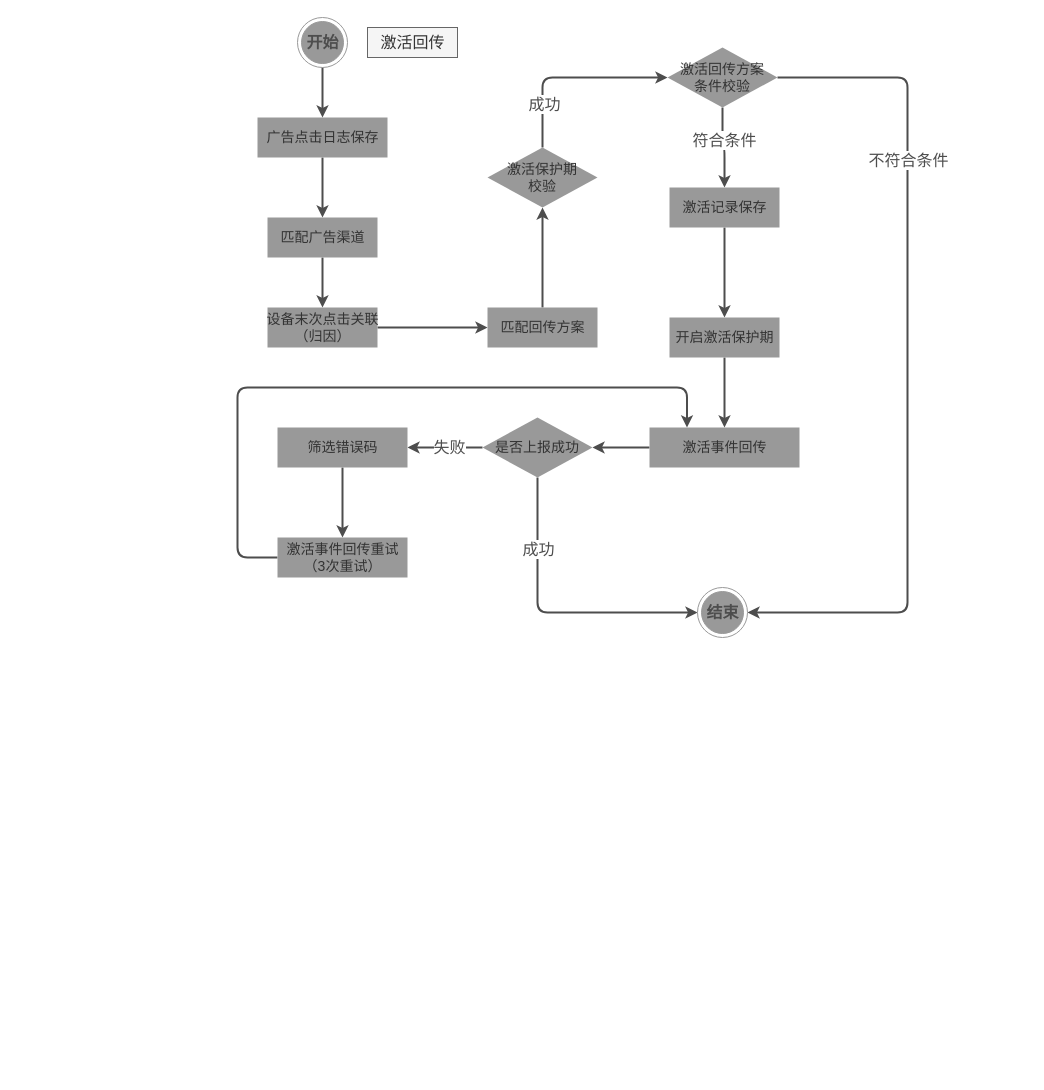
y13513867074/draw keeps this draw.io diagram as page "激活回传流程" (6 of 15) of src/draw/广告投放系统.drawio. Above is the earlier version. Source tidied: cells renumbered, new cells numbered last; positions are measured from the earlier drawing's top-left corner, leaving out a move shared by most shapes. Both pictures are drawn from the tidied source at 100%, with x=0, y=0 at pixel (237, 17).
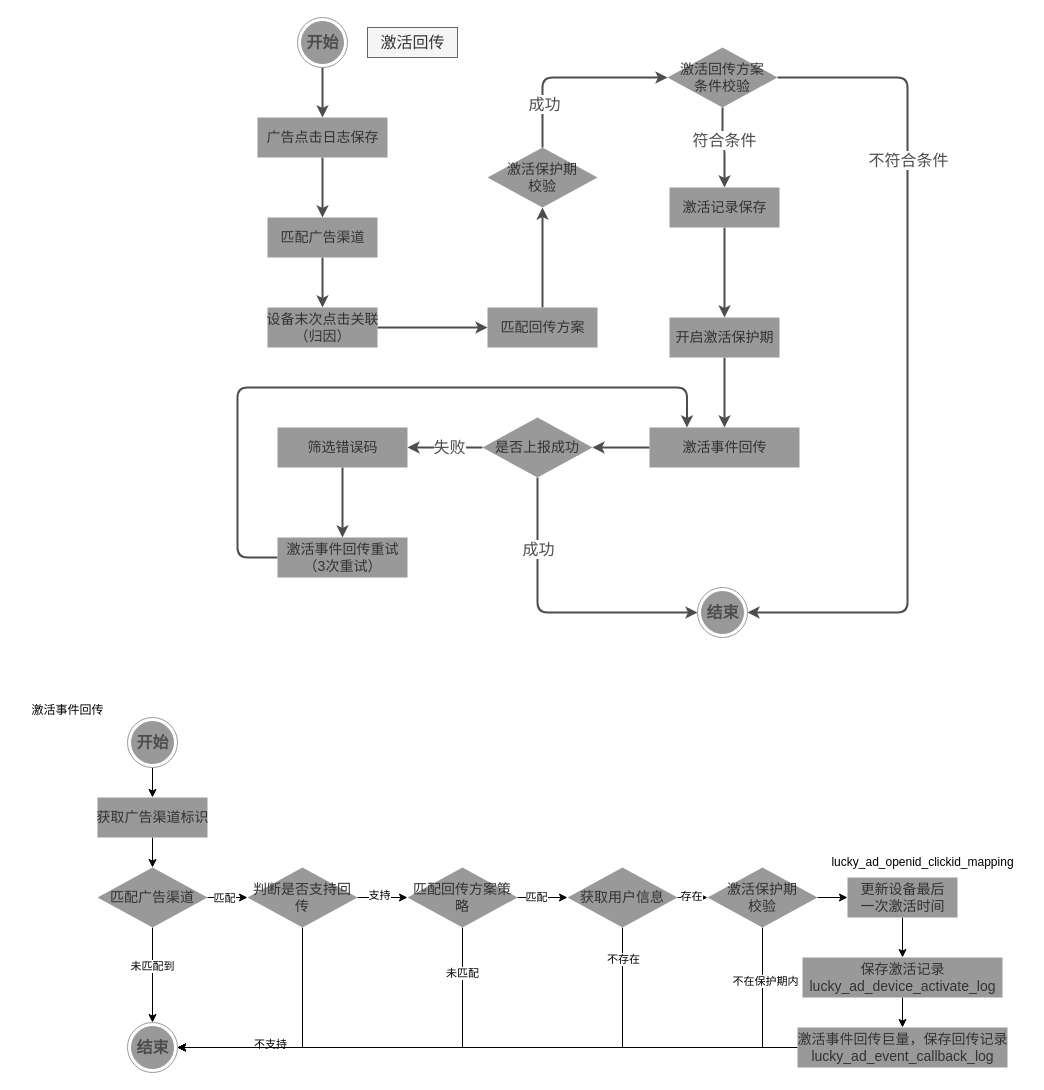
After the change.

Commit message:
更新广告投放系统.drawio

What changed in the source:
```diff
@@
+    <mxCell id="37" style="edgeStyle=orthogonalEdgeStyle;rounded=0;jettySize=auto;html=1;exitX=0.5;exitY=1;exitDx=0;exitDy=0;entryX=0.5;entryY=0;entryDx=0;entryDy=0;" parent="1" edge="1" source="38" target="41">
+      <mxGeometry relative="1" as="geometry" />
+    </mxCell>
+    <mxCell id="38" value="开始" style="ellipse;html=1;shape=endState;fillColor=strokeColor;rounded=1;shadow=0;sketch=0;strokeColor=#999999;strokeWidth=1;fontFamily=Helvetica;fontSize=16;fontColor=#4D4D4D;fontStyle=1;" parent="1" vertex="1">
+      <mxGeometry x="-110" y="700" width="50" height="50" as="geometry" />
+    </mxCell>
+    <mxCell id="39" value="激活事件回传" style="text;html=1;align=center;verticalAlign=middle;strokeColor=none;fillColor=none;" parent="1" vertex="1">
+      <mxGeometry x="-220" y="678" width="100" height="30" as="geometry" />
+    </mxCell>
+    <mxCell id="40" style="edgeStyle=orthogonalEdgeStyle;rounded=0;jettySize=auto;html=1;exitX=0.5;exitY=1;exitDx=0;exitDy=0;" parent="1" edge="1" source="41" target="46">
+      <mxGeometry relative="1" as="geometry" />
+    </mxCell>
+    <mxCell id="41" value="获取广告渠道标识" style="html=1;rounded=0;shadow=0;glass=0;labelBorderColor=none;strokeColor=none;fontFamily=Helvetica;fontSize=14;fontColor=#333333;startSize=23;fillColor=#999999;arcSize=8;strokeWidth=1;flipV=1;flipH=1;sketch=0;" parent="1" vertex="1">
+      <mxGeometry x="-140" y="780" width="110" height="40" as="geometry" />
+    </mxCell>
+    <mxCell id="42" style="edgeStyle=orthogonalEdgeStyle;rounded=0;jettySize=auto;html=1;exitX=0.5;exitY=1;exitDx=0;exitDy=0;" parent="1" edge="1" source="46" target="47">
+      <mxGeometry relative="1" as="geometry" />
+    </mxCell>
+    <mxCell id="43" value="未匹配到" style="edgeLabel;html=1;align=center;verticalAlign=middle;" parent="42" vertex="1">
+      <mxGeometry x="-0.19" y="-1" relative="1" as="geometry" />
+    </mxCell>
+    <mxCell id="44" style="edgeStyle=orthogonalEdgeStyle;rounded=0;jettySize=auto;html=1;exitX=1;exitY=0.5;exitDx=0;exitDy=0;entryX=0;entryY=0.5;entryDx=0;entryDy=0;" parent="1" edge="1" source="46" target="52">
+      <mxGeometry relative="1" as="geometry" />
+    </mxCell>
+    <mxCell id="45" value="匹配" style="edgeLabel;html=1;align=center;verticalAlign=middle;" parent="44" vertex="1">
+      <mxGeometry x="-0.21" y="3" relative="1" as="geometry">
+        <mxPoint y="3" as="offset" />
+      </mxGeometry>
+    </mxCell>
+    <mxCell id="46" value="匹配广告渠道" style="rhombus;whiteSpace=wrap;html=1;fontSize=14;fillColor=#999999;strokeColor=none;fontColor=#333333;rounded=0;shadow=0;glass=0;labelBorderColor=none;startSize=23;arcSize=8;strokeWidth=1;sketch=0;fontFamily=Helvetica;" parent="1" vertex="1">
+      <mxGeometry x="-140" y="850" width="110" height="60" as="geometry" />
+    </mxCell>
+    <mxCell id="47" value="结束" style="ellipse;html=1;shape=endState;fillColor=strokeColor;rounded=1;shadow=0;sketch=0;strokeColor=#999999;strokeWidth=1;fontFamily=Helvetica;fontSize=16;fontColor=#4D4D4D;fontStyle=1;" parent="1" vertex="1">
+      <mxGeometry x="-110" y="1005" width="50" height="50" as="geometry" />
+    </mxCell>
+    <mxCell id="48" style="edgeStyle=orthogonalEdgeStyle;rounded=0;jettySize=auto;html=1;exitX=0.5;exitY=1;exitDx=0;exitDy=0;entryX=1;entryY=0.5;entryDx=0;entryDy=0;" parent="1" edge="1" source="52" target="47">
+      <mxGeometry relative="1" as="geometry" />
+    </mxCell>
+    <mxCell id="49" value="不支持" style="edgeLabel;html=1;align=center;verticalAlign=middle;" parent="48" vertex="1">
+      <mxGeometry x="0.25" y="-4" relative="1" as="geometry" />
+    </mxCell>
+    <mxCell id="50" style="edgeStyle=orthogonalEdgeStyle;rounded=0;jettySize=auto;html=1;exitX=1;exitY=0.5;exitDx=0;exitDy=0;entryX=0;entryY=0.5;entryDx=0;entryDy=0;" parent="1" edge="1" source="52" target="57">
+      <mxGeometry relative="1" as="geometry" />
+    </mxCell>
+    <mxCell id="51" value="支持" style="edgeLabel;html=1;align=center;verticalAlign=middle;" parent="50" vertex="1">
+      <mxGeometry x="-0.17" y="3" relative="1" as="geometry" />
+    </mxCell>
+    <mxCell id="52" value="判断是否支持回传" style="rhombus;whiteSpace=wrap;html=1;fontSize=14;fillColor=#999999;strokeColor=none;fontColor=#333333;rounded=0;shadow=0;glass=0;labelBorderColor=none;startSize=23;arcSize=8;strokeWidth=1;sketch=0;fontFamily=Helvetica;" parent="1" vertex="1">
+      <mxGeometry x="10" y="850" width="110" height="60" as="geometry" />
+    </mxCell>
+    <mxCell id="53" style="edgeStyle=orthogonalEdgeStyle;rounded=0;jettySize=auto;html=1;exitX=0.5;exitY=1;exitDx=0;exitDy=0;entryX=1;entryY=0.5;entryDx=0;entryDy=0;" parent="1" edge="1" source="57" target="47">
+      <mxGeometry relative="1" as="geometry" />
+    </mxCell>
+    <mxCell id="54" value="未匹配" style="edgeLabel;html=1;align=center;verticalAlign=middle;" parent="53" vertex="1">
+      <mxGeometry x="-0.78" y="-1" relative="1" as="geometry" />
+    </mxCell>
+    <mxCell id="55" style="edgeStyle=orthogonalEdgeStyle;rounded=0;jettySize=auto;html=1;exitX=1;exitY=0.5;exitDx=0;exitDy=0;entryX=0;entryY=0.5;entryDx=0;entryDy=0;" parent="1" edge="1" source="57" target="62">
+      <mxGeometry relative="1" as="geometry" />
+    </mxCell>
+    <mxCell id="56" value="匹配" style="edgeLabel;html=1;align=center;verticalAlign=middle;" parent="55" vertex="1">
+      <mxGeometry x="-0.28" y="1" relative="1" as="geometry" />
+    </mxCell>
+    <mxCell id="57" value="匹配回传方案策略" style="rhombus;whiteSpace=wrap;html=1;fontSize=14;fillColor=#999999;strokeColor=none;fontColor=#333333;rounded=0;shadow=0;glass=0;labelBorderColor=none;startSize=23;arcSize=8;strokeWidth=1;sketch=0;fontFamily=Helvetica;" parent="1" vertex="1">
+      <mxGeometry x="170" y="850" width="110" height="60" as="geometry" />
+    </mxCell>
+    <mxCell id="58" style="edgeStyle=orthogonalEdgeStyle;rounded=0;jettySize=auto;html=1;exitX=0.5;exitY=1;exitDx=0;exitDy=0;entryX=1;entryY=0.5;entryDx=0;entryDy=0;" parent="1" edge="1" source="62" target="47">
+      <mxGeometry relative="1" as="geometry" />
+    </mxCell>
+    <mxCell id="59" value="不存在" style="edgeLabel;html=1;align=center;verticalAlign=middle;" parent="58" vertex="1">
+      <mxGeometry x="-0.89" y="2" relative="1" as="geometry">
+        <mxPoint x="-2" as="offset" />
+      </mxGeometry>
+    </mxCell>
+    <mxCell id="60" style="edgeStyle=orthogonalEdgeStyle;rounded=0;jettySize=auto;html=1;exitX=1;exitY=0.5;exitDx=0;exitDy=0;entryX=0;entryY=0.5;entryDx=0;entryDy=0;" parent="1" edge="1" source="62" target="66">
+      <mxGeometry relative="1" as="geometry">
+        <Array as="points">
+          <mxPoint x="450" y="880" />
+          <mxPoint x="450" y="880" />
+        </Array>
+      </mxGeometry>
+    </mxCell>
+    <mxCell id="61" value="存在" style="edgeLabel;html=1;align=center;verticalAlign=middle;" parent="60" vertex="1">
+      <mxGeometry x="-0.15" y="2" relative="1" as="geometry" />
+    </mxCell>
+    <mxCell id="62" value="获取用户信息" style="rhombus;whiteSpace=wrap;html=1;fontSize=14;fillColor=#999999;strokeColor=none;fontColor=#333333;rounded=0;shadow=0;glass=0;labelBorderColor=none;startSize=23;arcSize=8;strokeWidth=1;sketch=0;fontFamily=Helvetica;" parent="1" vertex="1">
+      <mxGeometry x="330" y="850" width="110" height="60" as="geometry" />
+    </mxCell>
+    <mxCell id="63" style="edgeStyle=orthogonalEdgeStyle;rounded=0;jettySize=auto;html=1;exitX=0.5;exitY=1;exitDx=0;exitDy=0;entryX=1;entryY=0.5;entryDx=0;entryDy=0;" parent="1" edge="1" source="66" target="47">
+      <mxGeometry relative="1" as="geometry" />
+    </mxCell>
+    <mxCell id="64" value="不在保护期内" style="edgeLabel;html=1;align=center;verticalAlign=middle;" parent="63" vertex="1">
+      <mxGeometry x="-0.85" y="2" relative="1" as="geometry" />
+    </mxCell>
+    <mxCell id="65" style="edgeStyle=orthogonalEdgeStyle;rounded=0;jettySize=auto;html=1;exitX=1;exitY=0.5;exitDx=0;exitDy=0;entryX=0;entryY=0.5;entryDx=0;entryDy=0;" parent="1" edge="1" source="66" target="68">
+      <mxGeometry relative="1" as="geometry" />
+    </mxCell>
+    <mxCell id="66" value="激活保护期&lt;br&gt;校验" style="rhombus;whiteSpace=wrap;html=1;fontSize=14;fillColor=#999999;strokeColor=none;fontColor=#333333;rounded=0;shadow=0;glass=0;labelBorderColor=none;startSize=23;arcSize=8;strokeWidth=1;sketch=0;fontFamily=Helvetica;" parent="1" vertex="1">
+      <mxGeometry x="470" y="850" width="110" height="60" as="geometry" />
+    </mxCell>
+    <mxCell id="67" style="edgeStyle=orthogonalEdgeStyle;rounded=0;jettySize=auto;html=1;exitX=0.5;exitY=1;exitDx=0;exitDy=0;entryX=0.5;entryY=0;entryDx=0;entryDy=0;" parent="1" edge="1" source="68" target="70">
+      <mxGeometry relative="1" as="geometry" />
+    </mxCell>
+    <mxCell id="68" value="更新设备最后&lt;div&gt;一次激活时间&lt;/div&gt;" style="html=1;rounded=0;shadow=0;glass=0;labelBorderColor=none;strokeColor=none;fontFamily=Helvetica;fontSize=14;fontColor=#333333;startSize=23;fillColor=#999999;arcSize=8;strokeWidth=1;flipV=1;flipH=1;sketch=0;" parent="1" vertex="1">
+      <mxGeometry x="610" y="860" width="110" height="40" as="geometry" />
+    </mxCell>
+    <mxCell id="69" style="edgeStyle=orthogonalEdgeStyle;rounded=0;jettySize=auto;html=1;" parent="1" edge="1" source="70" target="72">
+      <mxGeometry relative="1" as="geometry" />
+    </mxCell>
+    <mxCell id="70" value="保存激活记录&lt;div&gt;lucky_ad_device_activate_log&lt;br&gt;&lt;/div&gt;" style="html=1;rounded=0;shadow=0;glass=0;labelBorderColor=none;strokeColor=none;fontFamily=Helvetica;fontSize=14;fontColor=#333333;startSize=23;fillColor=#999999;arcSize=8;strokeWidth=1;flipV=1;flipH=1;sketch=0;" parent="1" vertex="1">
+      <mxGeometry x="565" y="940" width="200" height="40" as="geometry" />
+    </mxCell>
+    <mxCell id="71" style="edgeStyle=orthogonalEdgeStyle;rounded=0;jettySize=auto;html=1;exitX=0;exitY=0.5;exitDx=0;exitDy=0;entryX=1;entryY=0.5;entryDx=0;entryDy=0;" parent="1" edge="1" source="72" target="47">
+      <mxGeometry relative="1" as="geometry" />
+    </mxCell>
+    <mxCell id="72" value="激活事件回传巨量，保存回传记录&lt;div&gt;lucky_ad_event_callback_log&lt;br&gt;&lt;/div&gt;" style="html=1;rounded=0;shadow=0;glass=0;labelBorderColor=none;strokeColor=none;fontFamily=Helvetica;fontSize=14;fontColor=#333333;startSize=23;fillColor=#999999;arcSize=8;strokeWidth=1;flipV=1;flipH=1;sketch=0;" parent="1" vertex="1">
+      <mxGeometry x="560" y="1010" width="210" height="40" as="geometry" />
+    </mxCell>
+    <mxCell id="73" value="lucky_ad_openid_clickid_mapping" style="text;html=1;align=center;verticalAlign=middle;strokeColor=none;fillColor=none;" parent="1" vertex="1">
+      <mxGeometry x="580" y="830" width="210" height="30" as="geometry" />
+    </mxCell>
```
